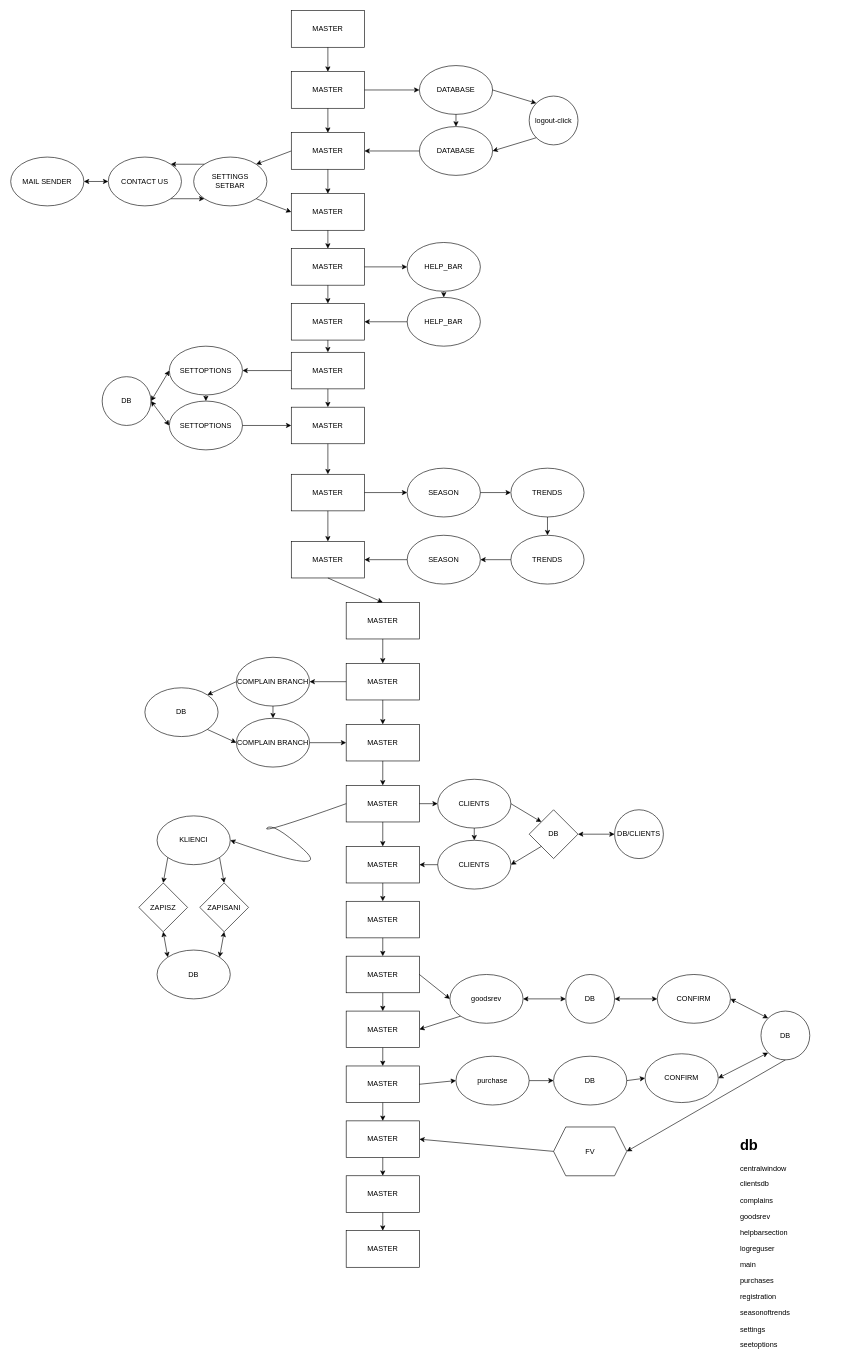
Before: INFORMATION/branches.drawio in Man1exter/MAIG-WAREHOUSE, a draw.io diagram. Source tidied: cells renumbered, new cells numbered last; positions are measured from the earlier drawing's top-left corner, leaving out a move shared by most shapes. Both pictures are drawn from the tidied source at 61%, with x=0, y=0 at pixel (10, 10).
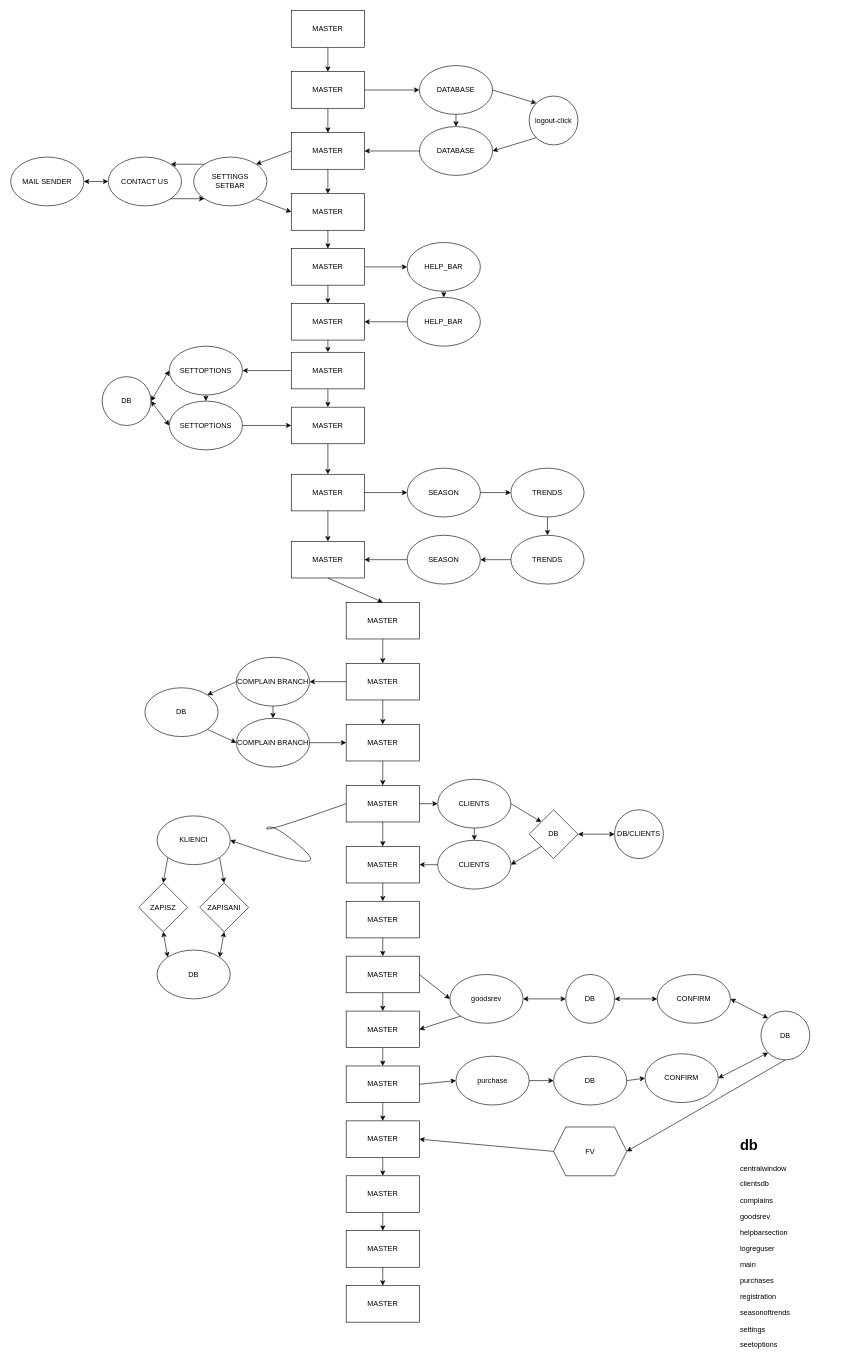
Above is the later version.

Commit message (it also covers changes not shown here):
op.window select options

Unchanged cells that the change refers to:
```xml
<mxCell id="127" value="MASTER" style="rounded=0;whiteSpace=wrap;html=1;" parent="1" vertex="1">
  <mxGeometry x="550" y="2000" width="120" height="60" as="geometry" />
</mxCell>
```

The edit, as a diff of the source:
```diff
@@
+    <mxCell id="130" value="MASTER" style="rounded=0;whiteSpace=wrap;html=1;" parent="1" vertex="1">
+      <mxGeometry x="550" y="2090" width="120" height="60" as="geometry" />
+    </mxCell>
+    <mxCell id="131" style="endArrow=classic;html=1;exitX=0.5;exitY=1;exitDx=0;exitDy=0;entryX=0.5;entryY=0;entryDx=0;entryDy=0;" parent="1" edge="1" source="127" target="130">
+      <mxGeometry relative="1" as="geometry" />
+    </mxCell>
```
